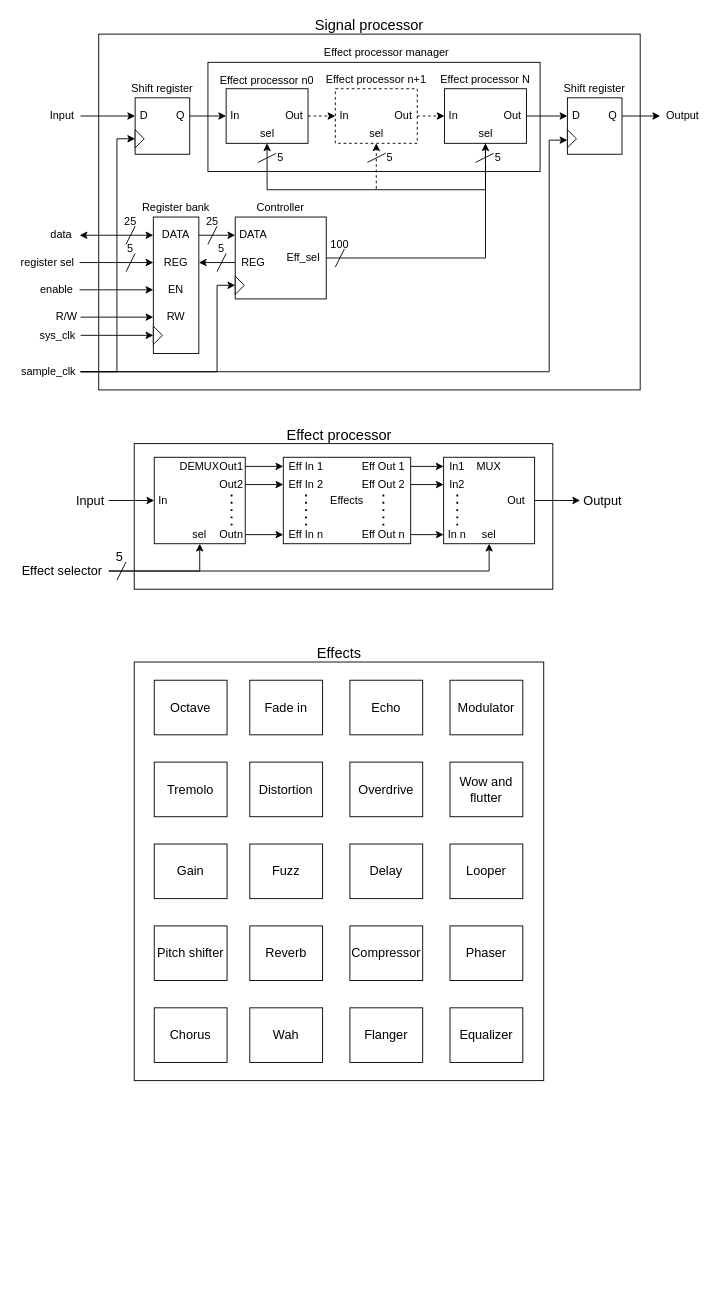
This is page "Final diagram" (4 of 5) of Block diagrams/System design/Signal processor design.drawio from HeinVerhallen/Audio-DSP, a draw.io file, before an edit. Source tidied: cells renumbered, new cells numbered last; positions are measured from the earlier drawing's top-left corner, leaving out a move shared by most shapes. Both pictures are drawn from the tidied source at 91%, with x=0, y=0 at pixel (15, 15).
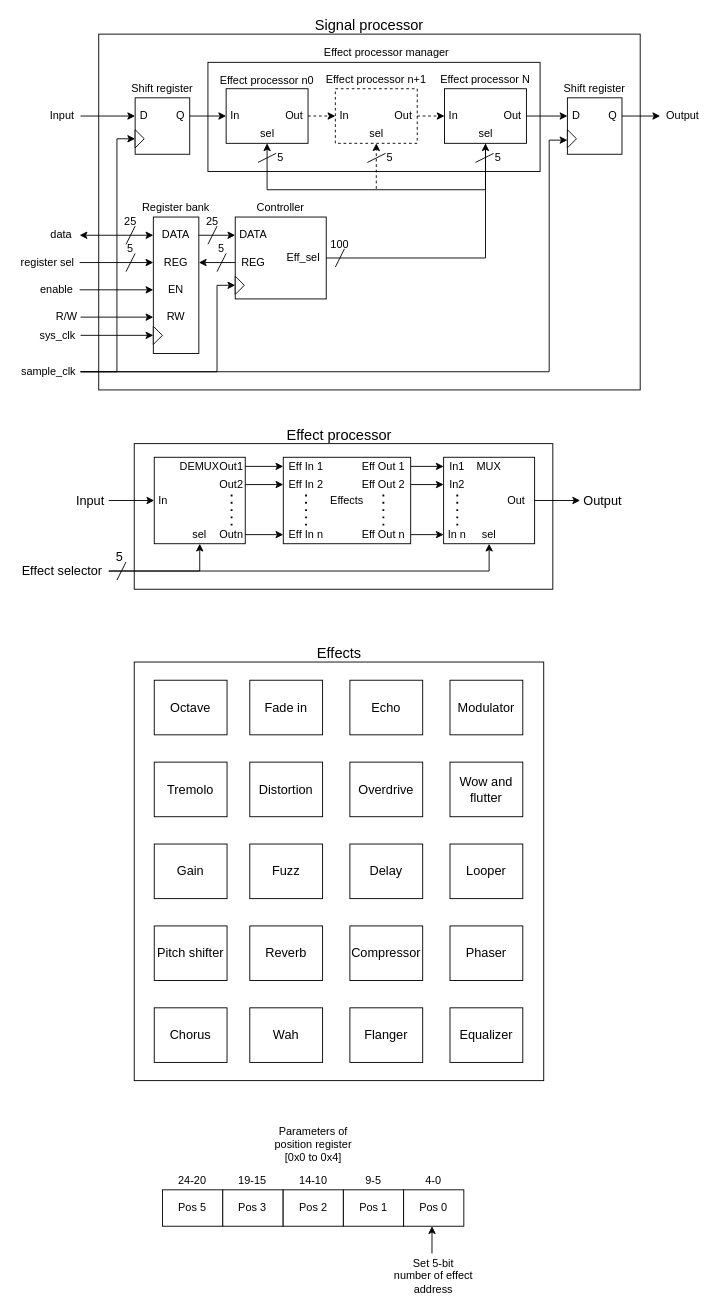
After the change.

Change to the diagram source:
```diff
@@
+    <mxCell id="156" value="Pos 0" style="rounded=0;whiteSpace=wrap;html=1;" parent="1" vertex="1">
+      <mxGeometry x="426" y="1290" width="66.2" height="40" as="geometry" />
+    </mxCell>
+    <mxCell id="157" value="Pos 1" style="rounded=0;whiteSpace=wrap;html=1;" parent="1" vertex="1">
+      <mxGeometry x="359.8" y="1290" width="66.2" height="40" as="geometry" />
+    </mxCell>
+    <mxCell id="158" value="Pos 2" style="rounded=0;whiteSpace=wrap;html=1;" parent="1" vertex="1">
+      <mxGeometry x="293.5" y="1290" width="66.2" height="40" as="geometry" />
+    </mxCell>
+    <mxCell id="159" value="Pos 3" style="rounded=0;whiteSpace=wrap;html=1;" parent="1" vertex="1">
+      <mxGeometry x="227.2" y="1290" width="66.2" height="40" as="geometry" />
+    </mxCell>
+    <mxCell id="160" value="19-15" style="text;html=1;strokeColor=none;fillColor=none;align=center;verticalAlign=middle;whiteSpace=wrap;rounded=0;" parent="1" vertex="1">
+      <mxGeometry x="240.4" y="1270" width="40" height="20" as="geometry" />
+    </mxCell>
+    <mxCell id="161" value="14-10" style="text;html=1;strokeColor=none;fillColor=none;align=center;verticalAlign=middle;whiteSpace=wrap;rounded=0;" parent="1" vertex="1">
+      <mxGeometry x="306.6" y="1270" width="40" height="20" as="geometry" />
+    </mxCell>
+    <mxCell id="162" value="9-5" style="text;html=1;strokeColor=none;fillColor=none;align=center;verticalAlign=middle;whiteSpace=wrap;rounded=0;" parent="1" vertex="1">
+      <mxGeometry x="372.9" y="1270" width="40" height="20" as="geometry" />
+    </mxCell>
+    <mxCell id="163" value="4-0" style="text;html=1;strokeColor=none;fillColor=none;align=center;verticalAlign=middle;whiteSpace=wrap;rounded=0;" parent="1" vertex="1">
+      <mxGeometry x="439.1" y="1270" width="40" height="20" as="geometry" />
+    </mxCell>
+    <mxCell id="164" value="Pos 5" style="rounded=0;whiteSpace=wrap;html=1;" parent="1" vertex="1">
+      <mxGeometry x="161" y="1290" width="66.2" height="40" as="geometry" />
+    </mxCell>
+    <mxCell id="165" value="24-20" style="text;html=1;strokeColor=none;fillColor=none;align=center;verticalAlign=middle;whiteSpace=wrap;rounded=0;" parent="1" vertex="1">
+      <mxGeometry x="174.1" y="1270" width="40" height="20" as="geometry" />
+    </mxCell>
+    <mxCell id="166" value="Parameters of position register [0x0 to 0x4]" style="text;html=1;strokeColor=none;fillColor=none;align=center;verticalAlign=middle;whiteSpace=wrap;rounded=0;" parent="1" vertex="1">
+      <mxGeometry x="273.6" y="1220" width="106" height="40" as="geometry" />
+    </mxCell>
+    <mxCell id="167" style="endArrow=classic;html=1;entryX=0.472;entryY=1;entryDx=0;entryDy=0;entryPerimeter=0;" parent="1" edge="1" target="156">
+      <mxGeometry relative="1" as="geometry">
+        <mxPoint x="457.2" y="1360" as="sourcePoint" />
+      </mxGeometry>
+    </mxCell>
+    <mxCell id="168" value="Set 5-bit number of effect address" style="text;html=1;strokeColor=none;fillColor=none;align=center;verticalAlign=middle;whiteSpace=wrap;rounded=0;" parent="1" vertex="1">
+      <mxGeometry x="414.1" y="1360" width="90" height="50" as="geometry" />
+    </mxCell>
```
